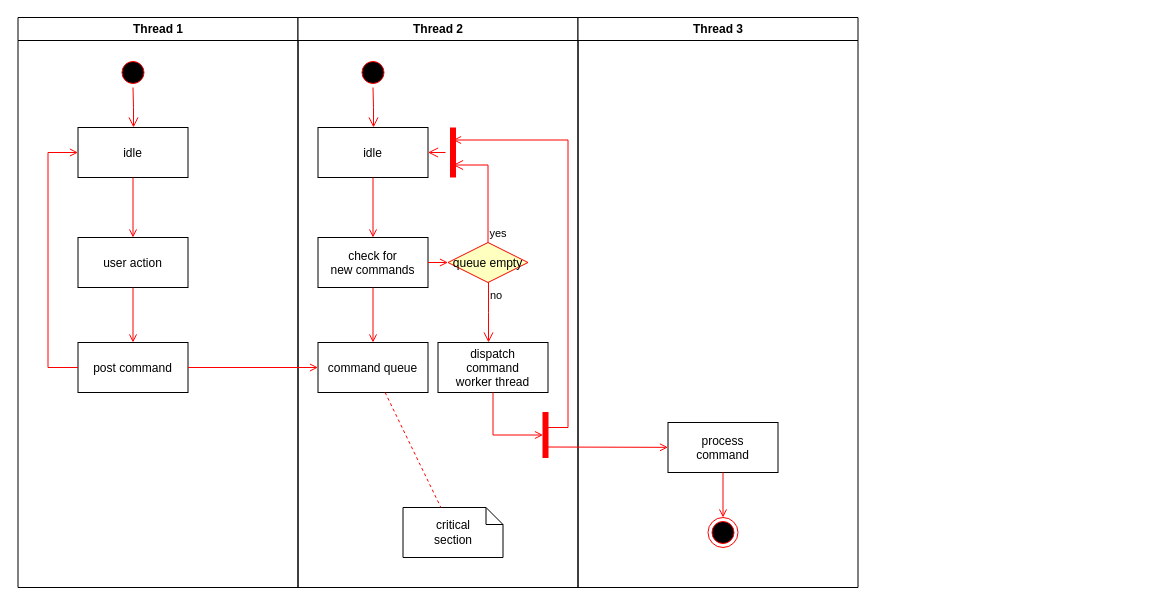
Amitg622/Test keeps this draw.io diagram as Untitled Diagram.drawio. Above is the earlier version. Source tidied: cells renumbered, new cells numbered last; positions are measured from the earlier drawing's top-left corner, leaving out a move shared by most shapes. Both pictures are drawn from the tidied source at 100%, with x=0, y=0 at pixel (17, 17).
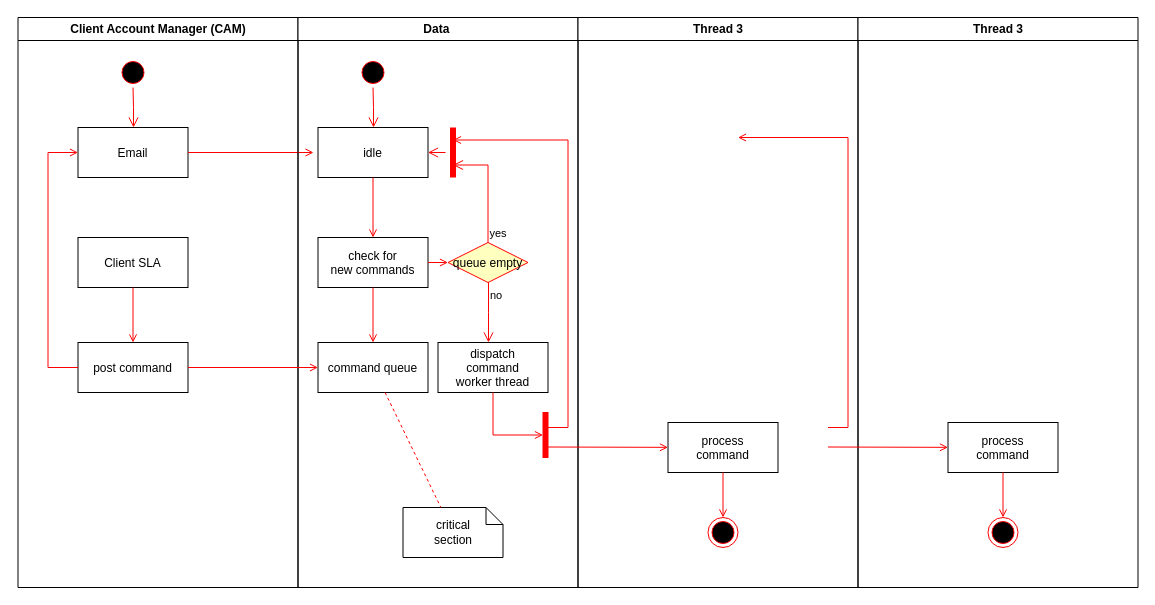
After the change.

Diff of the diagram source:
```diff
@@
-    <mxCell id="2" value="Thread 1" style="swimlane;whiteSpace=wrap;" parent="1" vertex="1">
+    <mxCell id="2" value="Client Account Manager (CAM)" style="swimlane;whiteSpace=wrap;" parent="1" vertex="1">
       <mxGeometry x="0.5" width="280" height="570" as="geometry" />
     </mxCell>
@@
-    <mxCell id="5" value="idle" parent="2" vertex="1">
+    <mxCell id="5" value="Email" parent="2" vertex="1">
       <mxGeometry x="60" y="110" width="110" height="50" as="geometry" />
     </mxCell>
-    <mxCell id="6" value="user action" parent="2" vertex="1">
+    <mxCell id="6" value="Client SLA" parent="2" vertex="1">
       <mxGeometry x="60" y="220" width="110" height="50" as="geometry" />
     </mxCell>
-    <mxCell id="7" style="endArrow=open;strokeColor=#FF0000;endFill=1;rounded=0;" parent="2" edge="1" source="5" target="6">
-      <mxGeometry relative="1" as="geometry" />
+    <mxCell id="7" style="endArrow=open;strokeColor=#FF0000;endFill=1;rounded=0;" parent="2" edge="1" source="5">
+      <mxGeometry relative="1" as="geometry">
+        <mxPoint x="295.5" y="135" as="targetPoint" />
+      </mxGeometry>
     </mxCell>
@@
-    <mxCell id="11" value="Thread 2" style="swimlane;whiteSpace=wrap;" parent="1" vertex="1">
+    <mxCell id="11" value="Data " style="swimlane;whiteSpace=wrap;" parent="1" vertex="1">
       <mxGeometry x="280.5" width="280" height="570" as="geometry" />
     </mxCell>
@@
+    <mxCell id="37" value="Thread 3" style="swimlane;whiteSpace=wrap;" parent="1" vertex="1">
+      <mxGeometry x="840.5" width="280" height="570" as="geometry" />
+    </mxCell>
+    <mxCell id="38" value="process&#10;command" parent="37" vertex="1">
+      <mxGeometry x="90" y="405" width="110" height="50" as="geometry" />
+    </mxCell>
+    <mxCell id="39" style="edgeStyle=elbowEdgeStyle;elbow=horizontal;strokeColor=#FF0000;endArrow=open;endFill=1;rounded=0;entryX=0.25;entryY=0.5;entryPerimeter=0;" parent="37" edge="1">
+      <mxGeometry relative="1" as="geometry">
+        <mxPoint x="-30" y="410" as="sourcePoint" />
+        <mxPoint x="-120" y="120" as="targetPoint" />
+        <Array as="points">
+          <mxPoint x="-10" y="135" />
+        </Array>
+      </mxGeometry>
+    </mxCell>
+    <mxCell id="40" style="edgeStyle=none;strokeColor=#FF0000;endArrow=open;endFill=1;rounded=0;" parent="37" edge="1" target="38">
+      <mxGeometry relative="1" as="geometry">
+        <mxPoint x="-30" y="429.5" as="sourcePoint" />
+      </mxGeometry>
+    </mxCell>
+    <mxCell id="41" style="ellipse;shape=endState;fillColor=#000000;strokeColor=#ff0000;" parent="37" vertex="1">
+      <mxGeometry x="130" y="500" width="30" height="30" as="geometry" />
+    </mxCell>
+    <mxCell id="42" style="endArrow=open;strokeColor=#FF0000;endFill=1;rounded=0;" parent="37" edge="1" source="38" target="41">
+      <mxGeometry relative="1" as="geometry" />
+    </mxCell>
```
